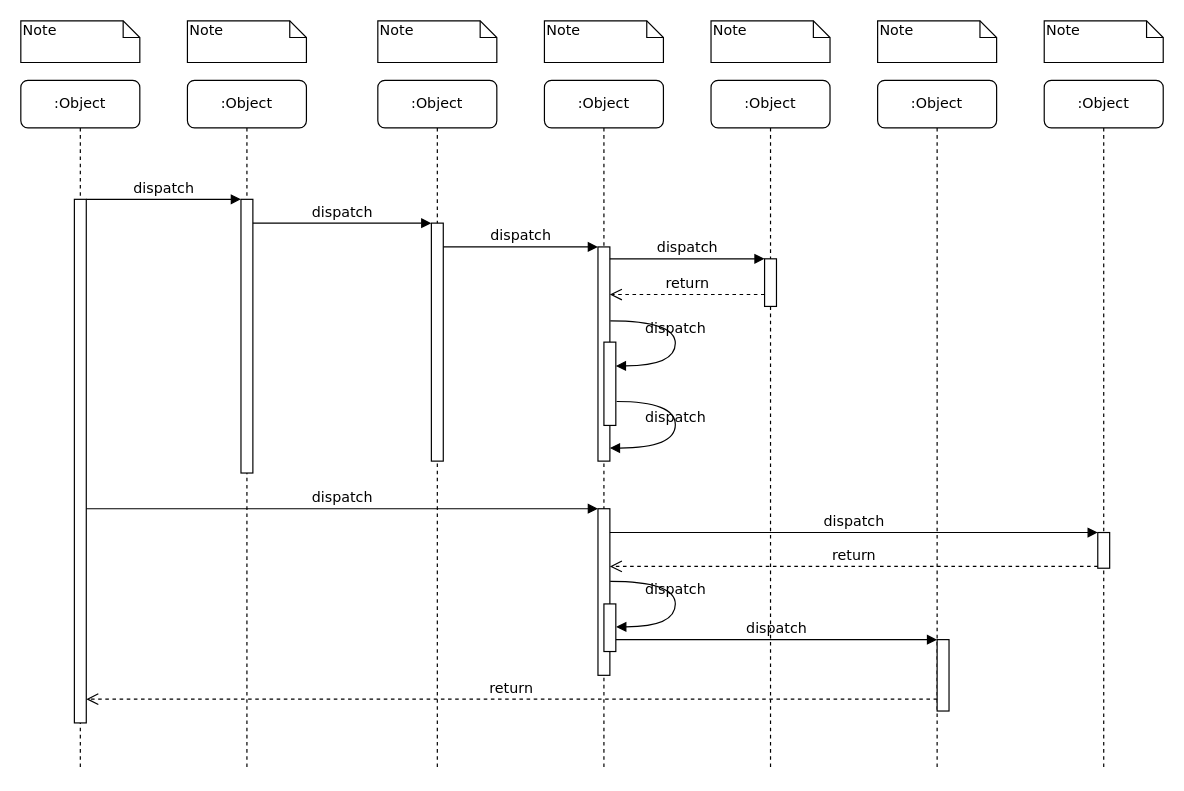
Above: Final_Sequence_Diagram.drawio in perazaharmonics/Java-OOD (draw.io), before the change. Source tidied: cells renumbered, new cells numbered last; positions are measured from the earlier drawing's top-left corner, leaving out a move shared by most shapes. Both pictures are drawn from the tidied source at 119%, with x=0, y=0 at pixel (20, 20).
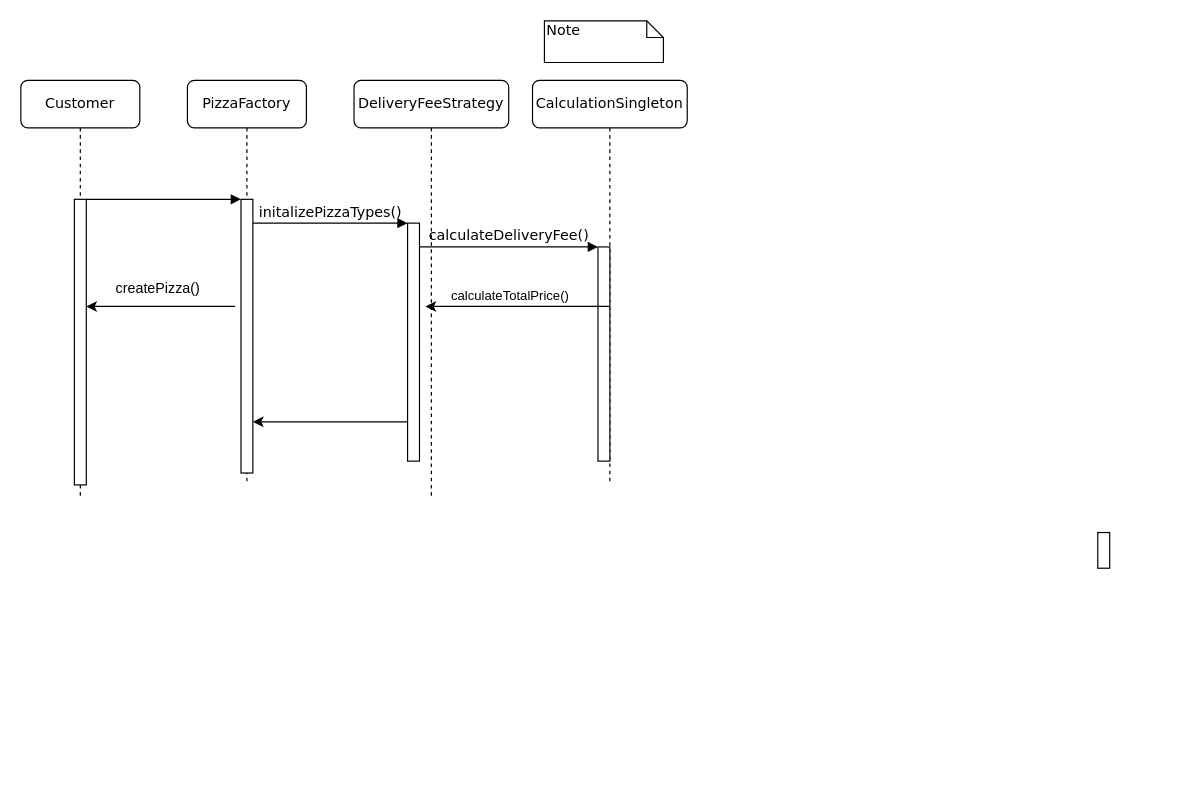
After the change.

Unchanged cells that the change refers to:
```xml
<mxCell id="3" style="html=1;points=[];perimeter=orthogonalPerimeter;rounded=0;shadow=0;comic=0;labelBackgroundColor=none;strokeWidth=1;fontFamily=Verdana;fontSize=12;align=center;" parent="2" vertex="1">
  <mxGeometry x="45" y="100" width="10" height="230" as="geometry" />
</mxCell>
<mxCell id="5" style="html=1;points=[];perimeter=orthogonalPerimeter;rounded=0;shadow=0;comic=0;labelBackgroundColor=none;strokeWidth=1;fontFamily=Verdana;fontSize=12;align=center;" parent="4" vertex="1">
  <mxGeometry x="45" y="120" width="10" height="200" as="geometry" />
</mxCell>
<mxCell id="12" style="html=1;points=[];perimeter=orthogonalPerimeter;rounded=0;shadow=0;comic=0;labelBackgroundColor=none;strokeWidth=1;fontFamily=Verdana;fontSize=12;align=center;" parent="1" vertex="1">
  <mxGeometry x="485" y="190" width="10" height="180" as="geometry" />
</mxCell>
<mxCell id="19" style="html=1;points=[];perimeter=orthogonalPerimeter;rounded=0;shadow=0;comic=0;labelBackgroundColor=none;strokeColor=#000000;strokeWidth=1;fillColor=#FFFFFF;fontFamily=Verdana;fontSize=12;fontColor=#000000;align=center;" parent="1" vertex="1">
  <mxGeometry x="905" y="430" width="10" height="30" as="geometry" />
</mxCell>
```

Diff of the diagram source:
```diff
@@
-    <mxCell id="2" value=":Object" style="shape=umlLifeline;perimeter=lifelinePerimeter;whiteSpace=wrap;html=1;rounded=1;shadow=0;comic=0;labelBackgroundColor=none;strokeWidth=1;fontFamily=Verdana;fontSize=12;align=center;" parent="1" vertex="1">
-      <mxGeometry x="140" y="50" width="100" height="580" as="geometry" />
+    <mxCell id="2" value="PizzaFactory" style="shape=umlLifeline;perimeter=lifelinePerimeter;whiteSpace=wrap;html=1;rounded=1;shadow=0;comic=0;labelBackgroundColor=none;strokeWidth=1;fontFamily=Verdana;fontSize=12;align=center;" parent="1" vertex="1">
+      <mxGeometry x="140" y="50" width="100" height="340" as="geometry" />
     </mxCell>
@@
+    <mxCell id="39" style="endArrow=classic;html=1;rounded=0;exitX=-0.334;exitY=0.835;exitDx=0;exitDy=0;exitPerimeter=0;" parent="2" edge="1">
+      <mxGeometry relative="1" as="geometry">
+        <mxPoint x="187.2" y="287" as="sourcePoint" />
+        <mxPoint x="55" y="287" as="targetPoint" />
+      </mxGeometry>
+    </mxCell>
-    <mxCell id="4" value=":Object" style="shape=umlLifeline;perimeter=lifelinePerimeter;whiteSpace=wrap;html=1;rounded=1;shadow=0;comic=0;labelBackgroundColor=none;strokeWidth=1;fontFamily=Verdana;fontSize=12;align=center;" parent="1" vertex="1">
-      <mxGeometry x="300" y="50" width="100" height="580" as="geometry" />
+    <mxCell id="4" value="DeliveryFeeStrategy" style="shape=umlLifeline;perimeter=lifelinePerimeter;whiteSpace=wrap;html=1;rounded=1;shadow=0;comic=0;labelBackgroundColor=none;strokeWidth=1;fontFamily=Verdana;fontSize=12;align=center;" parent="1" vertex="1">
+      <mxGeometry x="280" y="50" width="130" height="350" as="geometry" />
     </mxCell>
@@
-    <mxCell id="6" value=":Object" style="shape=umlLifeline;perimeter=lifelinePerimeter;whiteSpace=wrap;html=1;outlineConnect=0;rounded=1;shadow=0;comic=0;labelBackgroundColor=none;strokeWidth=1;fontFamily=Verdana;fontSize=12;align=center;" parent="1" vertex="1">
-      <mxGeometry x="440" y="50" width="100" height="580" as="geometry" />
+    <mxCell id="6" value="CalculationSingleton" style="shape=umlLifeline;perimeter=lifelinePerimeter;whiteSpace=wrap;html=1;outlineConnect=0;rounded=1;shadow=0;comic=0;labelBackgroundColor=none;strokeWidth=1;fontFamily=Verdana;fontSize=12;align=center;" parent="1" vertex="1">
+      <mxGeometry x="430" y="50" width="130" height="340" as="geometry" />
     </mxCell>
-    <mxCell id="7" value=":Object" style="shape=umlLifeline;perimeter=lifelinePerimeter;whiteSpace=wrap;html=1;rounded=1;shadow=0;comic=0;labelBackgroundColor=none;strokeWidth=1;fontFamily=Verdana;fontSize=12;align=center;" parent="1" vertex="1">
-      <mxGeometry x="580" y="50" width="100" height="580" as="geometry" />
-    </mxCell>
-    <mxCell id="8" value=":Object" style="shape=umlLifeline;perimeter=lifelinePerimeter;whiteSpace=wrap;html=1;rounded=1;shadow=0;comic=0;labelBackgroundColor=none;strokeWidth=1;fontFamily=Verdana;fontSize=12;align=center;" parent="1" vertex="1">
-      <mxGeometry x="720" y="50" width="100" height="580" as="geometry" />
-    </mxCell>
-    <mxCell id="9" value=":Object" style="shape=umlLifeline;perimeter=lifelinePerimeter;whiteSpace=wrap;html=1;rounded=1;shadow=0;comic=0;labelBackgroundColor=none;strokeWidth=1;fontFamily=Verdana;fontSize=12;align=center;" parent="1" vertex="1">
-      <mxGeometry x="860" y="50" width="100" height="580" as="geometry" />
-    </mxCell>
-    <mxCell id="10" value=":Object" style="shape=umlLifeline;perimeter=lifelinePerimeter;whiteSpace=wrap;html=1;rounded=1;shadow=0;comic=0;labelBackgroundColor=none;strokeWidth=1;fontFamily=Verdana;fontSize=12;align=center;" parent="1" vertex="1">
-      <mxGeometry y="50" width="100" height="580" as="geometry" />
+    <mxCell id="10" value="Customer" style="shape=umlLifeline;perimeter=lifelinePerimeter;whiteSpace=wrap;html=1;rounded=1;shadow=0;comic=0;labelBackgroundColor=none;strokeWidth=1;fontFamily=Verdana;fontSize=12;align=center;" parent="1" vertex="1">
+      <mxGeometry y="50" width="100" height="350" as="geometry" />
     </mxCell>
     <mxCell id="11" style="html=1;points=[];perimeter=orthogonalPerimeter;rounded=0;shadow=0;comic=0;labelBackgroundColor=none;strokeWidth=1;fontFamily=Verdana;fontSize=12;align=center;" parent="10" vertex="1">
-      <mxGeometry x="45" y="100" width="10" height="440" as="geometry" />
+      <mxGeometry x="45" y="100" width="10" height="240" as="geometry" />
     </mxCell>
+    <mxCell id="40" style="endArrow=classic;html=1;rounded=0;entryX=0.865;entryY=0.047;entryDx=0;entryDy=0;entryPerimeter=0;" parent="10" edge="1">
+      <mxGeometry relative="1" as="geometry">
+        <mxPoint x="180" y="190" as="sourcePoint" />
+        <mxPoint x="55" y="190" as="targetPoint" />
+      </mxGeometry>
+    </mxCell>
@@
-    <mxCell id="13" value="dispatch" style="html=1;verticalAlign=bottom;endArrow=block;labelBackgroundColor=none;fontFamily=Verdana;fontSize=12;edgeStyle=elbowEdgeStyle;elbow=vertical;" parent="1" edge="1" source="5" target="12">
+    <mxCell id="13" value="calculateDeliveryFee()" style="html=1;verticalAlign=bottom;endArrow=block;labelBackgroundColor=none;fontFamily=Verdana;fontSize=12;edgeStyle=elbowEdgeStyle;elbow=vertical;" parent="1" edge="1" source="5" target="12">
       <mxGeometry relative="1" as="geometry">
         <Array as="points">
           <mxPoint x="360" y="190" />
         </Array>
       </mxGeometry>
     </mxCell>
-    <mxCell id="14" style="html=1;points=[];perimeter=orthogonalPerimeter;rounded=0;shadow=0;comic=0;labelBackgroundColor=none;strokeWidth=1;fontFamily=Verdana;fontSize=12;align=center;" parent="1" vertex="1">
-      <mxGeometry x="625" y="200" width="10" height="40" as="geometry" />
-    </mxCell>
-    <mxCell id="15" value="dispatch" style="html=1;verticalAlign=bottom;endArrow=block;entryX=0;entryY=0;labelBackgroundColor=none;fontFamily=Verdana;fontSize=12;edgeStyle=elbowEdgeStyle;elbow=vertical;" parent="1" edge="1" source="12" target="14">
-      <mxGeometry relative="1" as="geometry" />
-    </mxCell>
-    <mxCell id="16" value="return" style="html=1;verticalAlign=bottom;endArrow=open;dashed=1;endSize=8;labelBackgroundColor=none;fontFamily=Verdana;fontSize=12;edgeStyle=elbowEdgeStyle;elbow=vertical;" parent="1" edge="1" source="14" target="12">
-      <mxGeometry relative="1" as="geometry">
-        <Array as="points">
-          <mxPoint x="570" y="230" />
-          <mxPoint x="600" y="230" />
-        </Array>
-      </mxGeometry>
-    </mxCell>
-    <mxCell id="17" style="html=1;points=[];perimeter=orthogonalPerimeter;rounded=0;shadow=0;comic=0;labelBackgroundColor=none;strokeWidth=1;fontFamily=Verdana;fontSize=12;align=center;" parent="1" vertex="1">
-      <mxGeometry x="485" y="410" width="10" height="140" as="geometry" />
-    </mxCell>
-    <mxCell id="18" value="dispatch" style="html=1;verticalAlign=bottom;endArrow=block;entryX=0;entryY=0;labelBackgroundColor=none;fontFamily=Verdana;fontSize=12;" parent="1" edge="1" source="11" target="17">
-      <mxGeometry relative="1" as="geometry" />
-    </mxCell>
@@
-    <mxCell id="20" value="dispatch" style="html=1;verticalAlign=bottom;endArrow=block;entryX=0;entryY=0;labelBackgroundColor=none;fontFamily=Verdana;fontSize=12;" parent="1" edge="1" source="17" target="19">
-      <mxGeometry relative="1" as="geometry" />
-    </mxCell>
-    <mxCell id="21" value="return" style="html=1;verticalAlign=bottom;endArrow=open;dashed=1;endSize=8;exitX=0;exitY=0.95;labelBackgroundColor=none;fontFamily=Verdana;fontSize=12;" parent="1" edge="1" source="19" target="17">
-      <mxGeometry relative="1" as="geometry" />
-    </mxCell>
-    <mxCell id="22" style="html=1;points=[];perimeter=orthogonalPerimeter;rounded=0;shadow=0;comic=0;labelBackgroundColor=none;strokeWidth=1;fontFamily=Verdana;fontSize=12;align=center;" parent="1" vertex="1">
-      <mxGeometry x="770" y="520" width="10" height="60" as="geometry" />
-    </mxCell>
-    <mxCell id="23" value="dispatch" style="html=1;verticalAlign=bottom;endArrow=block;entryX=0;entryY=0;labelBackgroundColor=none;fontFamily=Verdana;fontSize=12;edgeStyle=elbowEdgeStyle;elbow=vertical;" parent="1" edge="1" source="30" target="22">
-      <mxGeometry relative="1" as="geometry" />
-    </mxCell>
-    <mxCell id="24" value="return" style="html=1;verticalAlign=bottom;endArrow=open;dashed=1;endSize=8;labelBackgroundColor=none;fontFamily=Verdana;fontSize=12;edgeStyle=elbowEdgeStyle;elbow=vertical;" parent="1" edge="1" source="22" target="11">
-      <mxGeometry relative="1" as="geometry">
-        <Array as="points">
-          <mxPoint x="470" y="570" />
-        </Array>
-      </mxGeometry>
-    </mxCell>
-    <mxCell id="25" value="dispatch" style="html=1;verticalAlign=bottom;endArrow=block;entryX=0;entryY=0;labelBackgroundColor=none;fontFamily=Verdana;fontSize=12;edgeStyle=elbowEdgeStyle;elbow=vertical;" parent="1" edge="1" source="11" target="3">
+    <mxCell id="25" style="html=1;verticalAlign=bottom;endArrow=block;entryX=0;entryY=0;labelBackgroundColor=none;fontFamily=Verdana;fontSize=12;edgeStyle=elbowEdgeStyle;elbow=vertical;" parent="1" edge="1" source="11" target="3">
       <mxGeometry relative="1" as="geometry" />
     </mxCell>
-    <mxCell id="26" value="dispatch" style="html=1;verticalAlign=bottom;endArrow=block;entryX=0;entryY=0;labelBackgroundColor=none;fontFamily=Verdana;fontSize=12;edgeStyle=elbowEdgeStyle;elbow=vertical;" parent="1" edge="1" source="3" target="5">
+    <mxCell id="26" value="initalizePizzaTypes()" style="html=1;verticalAlign=bottom;endArrow=block;entryX=0;entryY=0;labelBackgroundColor=none;fontFamily=Verdana;fontSize=12;edgeStyle=elbowEdgeStyle;elbow=vertical;" parent="1" edge="1" source="3" target="5">
       <mxGeometry relative="1" as="geometry" />
     </mxCell>
-    <mxCell id="27" style="html=1;points=[];perimeter=orthogonalPerimeter;rounded=0;shadow=0;comic=0;labelBackgroundColor=none;strokeWidth=1;fontFamily=Verdana;fontSize=12;align=center;" parent="1" vertex="1">
-      <mxGeometry x="490" y="270" width="10" height="70" as="geometry" />
-    </mxCell>
-    <mxCell id="28" value="dispatch" style="html=1;verticalAlign=bottom;endArrow=block;labelBackgroundColor=none;fontFamily=Verdana;fontSize=12;elbow=vertical;edgeStyle=orthogonalEdgeStyle;curved=1;entryX=1;entryY=0.286;entryPerimeter=0;exitX=1.038;exitY=0.345;exitPerimeter=0;" parent="1" edge="1" source="12" target="27">
-      <mxGeometry relative="1" as="geometry">
-        <Array as="points">
-          <mxPoint x="550" y="252" />
-          <mxPoint x="550" y="290" />
-        </Array>
-      </mxGeometry>
-    </mxCell>
-    <mxCell id="29" value="dispatch" style="html=1;verticalAlign=bottom;endArrow=block;labelBackgroundColor=none;fontFamily=Verdana;fontSize=12;elbow=vertical;edgeStyle=orthogonalEdgeStyle;curved=1;exitX=1.066;exitY=0.713;exitPerimeter=0;" parent="1" edge="1" source="27">
-      <mxGeometry relative="1" as="geometry">
-        <mxPoint x="495" y="359" as="targetPoint" />
-        <Array as="points">
-          <mxPoint x="550" y="320" />
-          <mxPoint x="550" y="359" />
-        </Array>
-      </mxGeometry>
-    </mxCell>
-    <mxCell id="30" style="html=1;points=[];perimeter=orthogonalPerimeter;rounded=0;shadow=0;comic=0;labelBackgroundColor=none;strokeWidth=1;fontFamily=Verdana;fontSize=12;align=center;" parent="1" vertex="1">
-      <mxGeometry x="490" y="490" width="10" height="40" as="geometry" />
-    </mxCell>
-    <mxCell id="31" value="dispatch" style="html=1;verticalAlign=bottom;endArrow=block;labelBackgroundColor=none;fontFamily=Verdana;fontSize=12;elbow=vertical;edgeStyle=orthogonalEdgeStyle;curved=1;entryX=1;entryY=0.286;entryPerimeter=0;exitX=1.038;exitY=0.345;exitPerimeter=0;" parent="1" edge="1">
-      <mxGeometry relative="1" as="geometry">
-        <mxPoint x="495.3" y="471" as="sourcePoint" />
-        <mxPoint x="500.3" y="509.3" as="targetPoint" />
-        <Array as="points">
-          <mxPoint x="550" y="471" />
-          <mxPoint x="550" y="509" />
-        </Array>
-      </mxGeometry>
-    </mxCell>
-    <mxCell id="32" value="Note" style="shape=note;whiteSpace=wrap;html=1;size=14;verticalAlign=top;align=left;spacingTop=-6;rounded=0;shadow=0;comic=0;labelBackgroundColor=none;strokeWidth=1;fontFamily=Verdana;fontSize=12;" parent="1" vertex="1">
-      <mxGeometry width="100" height="35" as="geometry" />
-    </mxCell>
-    <mxCell id="33" value="Note" style="shape=note;whiteSpace=wrap;html=1;size=14;verticalAlign=top;align=left;spacingTop=-6;rounded=0;shadow=0;comic=0;labelBackgroundColor=none;strokeWidth=1;fontFamily=Verdana;fontSize=12;" parent="1" vertex="1">
-      <mxGeometry x="140" width="100" height="35" as="geometry" />
-    </mxCell>
-    <mxCell id="34" value="Note" style="shape=note;whiteSpace=wrap;html=1;size=14;verticalAlign=top;align=left;spacingTop=-6;rounded=0;shadow=0;comic=0;labelBackgroundColor=none;strokeWidth=1;fontFamily=Verdana;fontSize=12;" parent="1" vertex="1">
-      <mxGeometry x="300" width="100" height="35" as="geometry" />
-    </mxCell>
@@
-    <mxCell id="36" value="Note" style="shape=note;whiteSpace=wrap;html=1;size=14;verticalAlign=top;align=left;spacingTop=-6;rounded=0;shadow=0;comic=0;labelBackgroundColor=none;strokeWidth=1;fontFamily=Verdana;fontSize=12;" parent="1" vertex="1">
-      <mxGeometry x="580" width="100" height="35" as="geometry" />
-    </mxCell>
-    <mxCell id="37" value="Note" style="shape=note;whiteSpace=wrap;html=1;size=14;verticalAlign=top;align=left;spacingTop=-6;rounded=0;shadow=0;comic=0;labelBackgroundColor=none;strokeWidth=1;fontFamily=Verdana;fontSize=12;" parent="1" vertex="1">
-      <mxGeometry x="720" width="100" height="35" as="geometry" />
-    </mxCell>
-    <mxCell id="38" value="Note" style="shape=note;whiteSpace=wrap;html=1;size=14;verticalAlign=top;align=left;spacingTop=-6;rounded=0;shadow=0;comic=0;labelBackgroundColor=none;strokeWidth=1;fontFamily=Verdana;fontSize=12;" parent="1" vertex="1">
-      <mxGeometry x="860" width="100" height="35" as="geometry" />
-    </mxCell>
+    <mxCell id="41" value="createPizza()" style="text;html=1;align=center;verticalAlign=middle;strokeColor=none;fillColor=none;" parent="1" vertex="1">
+      <mxGeometry x="70" y="210" width="90" height="30" as="geometry" />
+    </mxCell>
+    <mxCell id="42" style="endArrow=classic;html=1;rounded=0;" parent="1" edge="1" source="6">
+      <mxGeometry relative="1" as="geometry">
+        <mxPoint x="340" y="240" as="targetPoint" />
+      </mxGeometry>
+    </mxCell>
+    <mxCell id="43" value="calculateTotalPrice()" style="edgeLabel;html=1;align=center;verticalAlign=middle;" parent="42" vertex="1">
+      <mxGeometry x="0.59" y="-2" relative="1" as="geometry">
+        <mxPoint x="39" y="-8" as="offset" />
+      </mxGeometry>
+    </mxCell>
```
